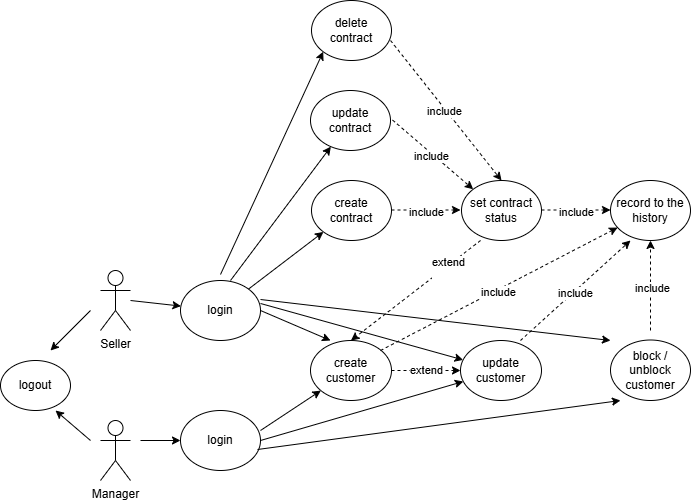
The draw.io diagram documentation/images/use_case_customer_management.png in RockPiryt/EnerLink, before a commit. Source tidied: cells renumbered, new cells last; positions are measured from the earlier drawing's top-left corner, leaving out a move shared by most shapes. Its diagram source:
```xml
<mxGraphModel>
  <root>
    <mxCell id="0" />
    <mxCell id="1" parent="0" />
    <mxCell id="2" value="Manager" style="shape=umlActor;verticalLabelPosition=bottom;verticalAlign=top;html=1;" parent="1" vertex="1">
      <mxGeometry x="100" y="420" width="30" height="60" as="geometry" />
    </mxCell>
    <mxCell id="3" value="Seller" style="shape=umlActor;verticalLabelPosition=bottom;verticalAlign=top;html=1;outlineConnect=0;" parent="1" vertex="1">
      <mxGeometry x="100" y="270" width="30" height="60" as="geometry" />
    </mxCell>
    <mxCell id="4" value="logout" style="ellipse;whiteSpace=wrap;html=1;" parent="1" vertex="1">
      <mxGeometry y="360" width="70" height="50" as="geometry" />
    </mxCell>
    <mxCell id="5" value="login" style="ellipse;whiteSpace=wrap;html=1;" parent="1" vertex="1">
      <mxGeometry x="180" y="280" width="80" height="60" as="geometry" />
    </mxCell>
    <mxCell id="6" style="endArrow=classic;html=1;rounded=0;" parent="1" edge="1">
      <mxGeometry relative="1" as="geometry">
        <mxPoint x="140" y="440" as="sourcePoint" />
        <mxPoint x="180" y="440" as="targetPoint" />
      </mxGeometry>
    </mxCell>
    <mxCell id="7" style="endArrow=classic;html=1;rounded=0;" parent="1" edge="1">
      <mxGeometry relative="1" as="geometry">
        <mxPoint x="90" y="440" as="sourcePoint" />
        <mxPoint x="55" y="410" as="targetPoint" />
      </mxGeometry>
    </mxCell>
    <mxCell id="8" style="endArrow=classic;html=1;rounded=0;" parent="1" edge="1" target="5">
      <mxGeometry relative="1" as="geometry">
        <mxPoint x="130" y="300" as="sourcePoint" />
      </mxGeometry>
    </mxCell>
    <mxCell id="9" style="endArrow=classic;html=1;rounded=0;" parent="1" edge="1">
      <mxGeometry relative="1" as="geometry">
        <mxPoint x="90" y="310" as="sourcePoint" />
        <mxPoint x="50" y="350" as="targetPoint" />
      </mxGeometry>
    </mxCell>
    <mxCell id="10" value="login" style="ellipse;whiteSpace=wrap;html=1;" parent="1" vertex="1">
      <mxGeometry x="180" y="410" width="80" height="60" as="geometry" />
    </mxCell>
    <mxCell id="11" value="create&lt;div&gt;customer&lt;/div&gt;" style="ellipse;whiteSpace=wrap;html=1;" parent="1" vertex="1">
      <mxGeometry x="310" y="340" width="81" height="60" as="geometry" />
    </mxCell>
    <mxCell id="12" value="&lt;div&gt;update&lt;/div&gt;&lt;div&gt;customer&lt;/div&gt;" style="ellipse;whiteSpace=wrap;html=1;" parent="1" vertex="1">
      <mxGeometry x="460" y="340" width="81" height="60" as="geometry" />
    </mxCell>
    <mxCell id="13" value="&lt;div&gt;block / unblock customer&lt;/div&gt;" style="ellipse;whiteSpace=wrap;html=1;direction=south;" parent="1" vertex="1">
      <mxGeometry x="610" y="339.5" width="80" height="60.5" as="geometry" />
    </mxCell>
    <mxCell id="14" style="endArrow=classic;html=1;rounded=0;" parent="1" edge="1" target="11">
      <mxGeometry relative="1" as="geometry">
        <mxPoint x="260" y="430" as="sourcePoint" />
      </mxGeometry>
    </mxCell>
    <mxCell id="15" style="endArrow=classic;html=1;rounded=0;entryX=0.247;entryY=0;entryDx=0;entryDy=0;entryPerimeter=0;" parent="1" edge="1" target="11">
      <mxGeometry relative="1" as="geometry">
        <mxPoint x="260" y="310" as="sourcePoint" />
      </mxGeometry>
    </mxCell>
    <mxCell id="16" value="extend" style="endArrow=classic;html=1;rounded=0;entryX=0;entryY=0.5;entryDx=0;entryDy=0;dashed=1;" parent="1" edge="1" target="12">
      <mxGeometry relative="1" as="geometry">
        <mxPoint x="391" y="370" as="sourcePoint" />
      </mxGeometry>
    </mxCell>
    <mxCell id="17" style="endArrow=classic;html=1;rounded=0;" parent="1" edge="1" target="12">
      <mxGeometry relative="1" as="geometry">
        <mxPoint x="260" y="440" as="sourcePoint" />
      </mxGeometry>
    </mxCell>
    <mxCell id="18" style="endArrow=classic;html=1;rounded=0;exitX=1;exitY=0.383;exitDx=0;exitDy=0;exitPerimeter=0;" parent="1" edge="1" source="5" target="12">
      <mxGeometry relative="1" as="geometry" />
    </mxCell>
    <mxCell id="19" style="endArrow=classic;html=1;rounded=0;entryX=0.37;entryY=1;entryDx=0;entryDy=0;entryPerimeter=0;" parent="1" edge="1">
      <mxGeometry relative="1" as="geometry">
        <mxPoint x="257" y="449" as="sourcePoint" />
        <mxPoint x="620" y="400" as="targetPoint" />
      </mxGeometry>
    </mxCell>
    <mxCell id="20" style="endArrow=classic;html=1;rounded=0;entryX=0.247;entryY=0;entryDx=0;entryDy=0;entryPerimeter=0;" parent="1" edge="1">
      <mxGeometry relative="1" as="geometry">
        <mxPoint x="260" y="299" as="sourcePoint" />
        <mxPoint x="610" y="340" as="targetPoint" />
      </mxGeometry>
    </mxCell>
    <mxCell id="21" value="create contract" style="ellipse;whiteSpace=wrap;html=1;" parent="1" vertex="1">
      <mxGeometry x="311" y="180" width="80" height="60" as="geometry" />
    </mxCell>
    <mxCell id="22" style="endArrow=classic;html=1;rounded=0;" parent="1" edge="1" source="5" target="21">
      <mxGeometry relative="1" as="geometry" />
    </mxCell>
    <mxCell id="23" style="endArrow=classic;html=1;rounded=0;entryX=0.5;entryY=0;entryDx=0;entryDy=0;dashed=1;exitX=0.238;exitY=1;exitDx=0;exitDy=0;exitPerimeter=0;" parent="1" edge="1" source="29" target="11">
      <mxGeometry relative="1" as="geometry" />
    </mxCell>
    <mxCell id="24" value="extend&lt;div&gt;&lt;br&gt;&lt;/div&gt;" style="edgeLabel;html=1;align=center;verticalAlign=middle;" parent="23" vertex="1">
      <mxGeometry x="-0.48" y="3" relative="1" as="geometry" />
    </mxCell>
    <mxCell id="25" value="update contract" style="ellipse;whiteSpace=wrap;html=1;" parent="1" vertex="1">
      <mxGeometry x="310" y="90" width="80" height="60" as="geometry" />
    </mxCell>
    <mxCell id="26" style="endArrow=classic;html=1;rounded=0;exitX=0.625;exitY=0;exitDx=0;exitDy=0;exitPerimeter=0;" parent="1" edge="1" source="5" target="25">
      <mxGeometry relative="1" as="geometry" />
    </mxCell>
    <mxCell id="27" value="delete contract" style="ellipse;whiteSpace=wrap;html=1;" parent="1" vertex="1">
      <mxGeometry x="311" width="80" height="60" as="geometry" />
    </mxCell>
    <mxCell id="28" style="endArrow=classic;html=1;rounded=0;exitX=0.625;exitY=0;exitDx=0;exitDy=0;exitPerimeter=0;entryX=0;entryY=1;entryDx=0;entryDy=0;" parent="1" edge="1" target="27">
      <mxGeometry relative="1" as="geometry">
        <mxPoint x="220" y="274" as="sourcePoint" />
      </mxGeometry>
    </mxCell>
    <mxCell id="29" value="set contract status" style="ellipse;whiteSpace=wrap;html=1;" parent="1" vertex="1">
      <mxGeometry x="461" y="180" width="80" height="60" as="geometry" />
    </mxCell>
    <mxCell id="30" style="endArrow=classic;html=1;rounded=0;dashed=1;" parent="1" edge="1">
      <mxGeometry relative="1" as="geometry">
        <mxPoint x="391" y="209.5" as="sourcePoint" />
        <mxPoint x="460" y="209.5" as="targetPoint" />
      </mxGeometry>
    </mxCell>
    <mxCell id="31" value="include" style="edgeLabel;html=1;align=center;verticalAlign=middle;" parent="30" vertex="1">
      <mxGeometry x="-0.01" y="-1" relative="1" as="geometry">
        <mxPoint y="1" as="offset" />
      </mxGeometry>
    </mxCell>
    <mxCell id="32" style="endArrow=classic;html=1;rounded=0;dashed=1;entryX=0;entryY=0;entryDx=0;entryDy=0;" parent="1" edge="1" target="29">
      <mxGeometry relative="1" as="geometry">
        <mxPoint x="392" y="119.5" as="sourcePoint" />
      </mxGeometry>
    </mxCell>
    <mxCell id="33" value="include" style="edgeLabel;html=1;align=center;verticalAlign=middle;" parent="32" vertex="1">
      <mxGeometry x="-0.01" y="-1" relative="1" as="geometry">
        <mxPoint y="1" as="offset" />
      </mxGeometry>
    </mxCell>
    <mxCell id="34" style="endArrow=classic;html=1;rounded=0;dashed=1;exitX=0.988;exitY=0.667;exitDx=0;exitDy=0;exitPerimeter=0;entryX=0.5;entryY=0;entryDx=0;entryDy=0;" parent="1" edge="1" source="27" target="29">
      <mxGeometry relative="1" as="geometry" />
    </mxCell>
    <mxCell id="35" value="include" style="edgeLabel;html=1;align=center;verticalAlign=middle;" parent="34" vertex="1">
      <mxGeometry x="-0.01" y="-1" relative="1" as="geometry">
        <mxPoint y="1" as="offset" />
      </mxGeometry>
    </mxCell>
    <mxCell id="36" value="record to the history" style="ellipse;whiteSpace=wrap;html=1;" parent="1" vertex="1">
      <mxGeometry x="610" y="180" width="80" height="60" as="geometry" />
    </mxCell>
    <mxCell id="37" style="endArrow=classic;html=1;rounded=0;dashed=1;" parent="1" edge="1">
      <mxGeometry relative="1" as="geometry">
        <mxPoint x="541" y="209.5" as="sourcePoint" />
        <mxPoint x="610" y="209.5" as="targetPoint" />
      </mxGeometry>
    </mxCell>
    <mxCell id="38" value="include" style="edgeLabel;html=1;align=center;verticalAlign=middle;" parent="37" vertex="1">
      <mxGeometry x="-0.01" y="-1" relative="1" as="geometry">
        <mxPoint y="1" as="offset" />
      </mxGeometry>
    </mxCell>
    <mxCell id="39" style="endArrow=classic;html=1;rounded=0;dashed=1;" parent="1" edge="1" target="36">
      <mxGeometry relative="1" as="geometry">
        <mxPoint x="380" y="350" as="sourcePoint" />
      </mxGeometry>
    </mxCell>
    <mxCell id="40" value="include" style="edgeLabel;html=1;align=center;verticalAlign=middle;" parent="39" vertex="1">
      <mxGeometry x="-0.01" y="-1" relative="1" as="geometry">
        <mxPoint y="1" as="offset" />
      </mxGeometry>
    </mxCell>
    <mxCell id="41" style="endArrow=classic;html=1;rounded=0;dashed=1;entryX=0.25;entryY=1;entryDx=0;entryDy=0;entryPerimeter=0;" parent="1" edge="1" target="36">
      <mxGeometry relative="1" as="geometry">
        <mxPoint x="520" y="340" as="sourcePoint" />
      </mxGeometry>
    </mxCell>
    <mxCell id="42" value="include" style="edgeLabel;html=1;align=center;verticalAlign=middle;" parent="41" vertex="1">
      <mxGeometry x="-0.01" y="-1" relative="1" as="geometry">
        <mxPoint y="1" as="offset" />
      </mxGeometry>
    </mxCell>
    <mxCell id="43" style="endArrow=classic;html=1;rounded=0;dashed=1;" parent="1" edge="1">
      <mxGeometry relative="1" as="geometry">
        <mxPoint x="650" y="330" as="sourcePoint" />
        <mxPoint x="650" y="240" as="targetPoint" />
      </mxGeometry>
    </mxCell>
    <mxCell id="44" value="include" style="edgeLabel;html=1;align=center;verticalAlign=middle;" parent="43" vertex="1">
      <mxGeometry x="-0.01" y="-1" relative="1" as="geometry">
        <mxPoint y="1" as="offset" />
      </mxGeometry>
    </mxCell>
  </root>
</mxGraphModel>
```
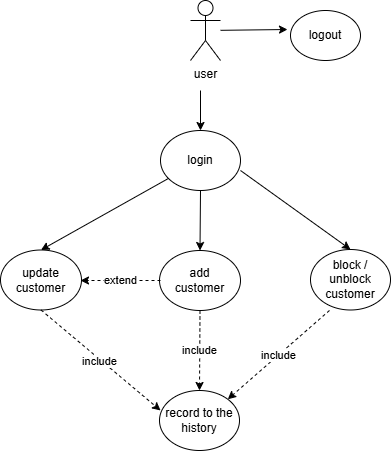
Above is the later version.

Commit message:
new version use case customer and contract diagrams

Diff of the diagram source:
```diff
@@ -2,185 +2,73 @@
   <root>
     <mxCell id="0" />
     <mxCell id="1" parent="0" />
-    <mxCell id="2" value="Manager" style="shape=umlActor;verticalLabelPosition=bottom;verticalAlign=top;html=1;" parent="1" vertex="1">
-      <mxGeometry x="100" y="420" width="30" height="60" as="geometry" />
-    </mxCell>
-    <mxCell id="3" value="Seller" style="shape=umlActor;verticalLabelPosition=bottom;verticalAlign=top;html=1;outlineConnect=0;" parent="1" vertex="1">
-      <mxGeometry x="100" y="270" width="30" height="60" as="geometry" />
+    <mxCell id="3" value="user" style="shape=umlActor;verticalLabelPosition=bottom;verticalAlign=top;html=1;outlineConnect=0;" parent="1" vertex="1">
+      <mxGeometry x="320" y="90" width="30" height="60" as="geometry" />
     </mxCell>
     <mxCell id="4" value="logout" style="ellipse;whiteSpace=wrap;html=1;" parent="1" vertex="1">
-      <mxGeometry y="360" width="70" height="50" as="geometry" />
+      <mxGeometry x="420" y="100" width="70" height="50" as="geometry" />
     </mxCell>
     <mxCell id="5" value="login" style="ellipse;whiteSpace=wrap;html=1;" parent="1" vertex="1">
-      <mxGeometry x="180" y="280" width="80" height="60" as="geometry" />
+      <mxGeometry x="290" y="220" width="80" height="60" as="geometry" />
     </mxCell>
-    <mxCell id="6" style="endArrow=classic;html=1;rounded=0;" parent="1" edge="1">
-      <mxGeometry relative="1" as="geometry">
-        <mxPoint x="140" y="440" as="sourcePoint" />
-        <mxPoint x="180" y="440" as="targetPoint" />
-      </mxGeometry>
-    </mxCell>
     <mxCell id="7" style="endArrow=classic;html=1;rounded=0;" parent="1" edge="1">
       <mxGeometry relative="1" as="geometry">
-        <mxPoint x="90" y="440" as="sourcePoint" />
-        <mxPoint x="55" y="410" as="targetPoint" />
+        <mxPoint x="330" y="180" as="sourcePoint" />
+        <mxPoint x="330" y="220" as="targetPoint" />
       </mxGeometry>
     </mxCell>
-    <mxCell id="8" style="endArrow=classic;html=1;rounded=0;" parent="1" edge="1" target="5">
-      <mxGeometry relative="1" as="geometry">
-        <mxPoint x="130" y="300" as="sourcePoint" />
-      </mxGeometry>
-    </mxCell>
-    <mxCell id="9" style="endArrow=classic;html=1;rounded=0;" parent="1" edge="1">
-      <mxGeometry relative="1" as="geometry">
-        <mxPoint x="90" y="310" as="sourcePoint" />
-        <mxPoint x="50" y="350" as="targetPoint" />
-      </mxGeometry>
+    <mxCell id="9" style="endArrow=classic;html=1;rounded=0;entryX=-0.043;entryY=0.38;entryDx=0;entryDy=0;entryPerimeter=0;" parent="1" edge="1" source="3" target="4">
+      <mxGeometry relative="1" as="geometry" />
     </mxCell>
-    <mxCell id="10" value="login" style="ellipse;whiteSpace=wrap;html=1;" parent="1" vertex="1">
-      <mxGeometry x="180" y="410" width="80" height="60" as="geometry" />
-    </mxCell>
-    <mxCell id="11" value="create&lt;div&gt;customer&lt;/div&gt;" style="ellipse;whiteSpace=wrap;html=1;" parent="1" vertex="1">
-      <mxGeometry x="310" y="340" width="81" height="60" as="geometry" />
+    <mxCell id="11" value="add&lt;div&gt;customer&lt;/div&gt;" style="ellipse;whiteSpace=wrap;html=1;" parent="1" vertex="1">
+      <mxGeometry x="289" y="340" width="81" height="60" as="geometry" />
     </mxCell>
     <mxCell id="12" value="&lt;div&gt;update&lt;/div&gt;&lt;div&gt;customer&lt;/div&gt;" style="ellipse;whiteSpace=wrap;html=1;" parent="1" vertex="1">
-      <mxGeometry x="460" y="340" width="81" height="60" as="geometry" />
+      <mxGeometry x="130" y="339.5" width="81" height="60" as="geometry" />
     </mxCell>
     <mxCell id="13" value="&lt;div&gt;block / unblock customer&lt;/div&gt;" style="ellipse;whiteSpace=wrap;html=1;direction=south;" parent="1" vertex="1">
-      <mxGeometry x="610" y="339.5" width="80" height="60.5" as="geometry" />
+      <mxGeometry x="440" y="339" width="80" height="60.5" as="geometry" />
     </mxCell>
-    <mxCell id="14" style="endArrow=classic;html=1;rounded=0;" parent="1" edge="1" target="11">
+    <mxCell id="14" style="endArrow=classic;html=1;rounded=0;entryX=0;entryY=0.5;entryDx=0;entryDy=0;" parent="1" edge="1" target="13">
       <mxGeometry relative="1" as="geometry">
-        <mxPoint x="260" y="430" as="sourcePoint" />
+        <mxPoint x="370" y="260" as="sourcePoint" />
       </mxGeometry>
     </mxCell>
-    <mxCell id="15" style="endArrow=classic;html=1;rounded=0;entryX=0.247;entryY=0;entryDx=0;entryDy=0;entryPerimeter=0;" parent="1" edge="1" target="11">
+    <mxCell id="15" style="endArrow=classic;html=1;rounded=0;entryX=0.5;entryY=0;entryDx=0;entryDy=0;" parent="1" edge="1" target="11">
       <mxGeometry relative="1" as="geometry">
-        <mxPoint x="260" y="310" as="sourcePoint" />
+        <mxPoint x="330" y="280" as="sourcePoint" />
       </mxGeometry>
     </mxCell>
-    <mxCell id="16" value="extend" style="endArrow=classic;html=1;rounded=0;entryX=0;entryY=0.5;entryDx=0;entryDy=0;dashed=1;" parent="1" edge="1" target="12">
+    <mxCell id="16" value="extend" style="endArrow=classic;html=1;rounded=0;dashed=1;" parent="1" edge="1">
       <mxGeometry relative="1" as="geometry">
-        <mxPoint x="391" y="370" as="sourcePoint" />
+        <mxPoint x="290" y="370" as="sourcePoint" />
+        <mxPoint x="210" y="370" as="targetPoint" />
       </mxGeometry>
     </mxCell>
-    <mxCell id="17" style="endArrow=classic;html=1;rounded=0;" parent="1" edge="1" target="12">
-      <mxGeometry relative="1" as="geometry">
-        <mxPoint x="260" y="440" as="sourcePoint" />
-      </mxGeometry>
+    <mxCell id="17" style="endArrow=classic;html=1;rounded=0;entryX=0.5;entryY=0;entryDx=0;entryDy=0;" parent="1" edge="1" source="5" target="12">
+      <mxGeometry relative="1" as="geometry" />
     </mxCell>
-    <mxCell id="18" style="endArrow=classic;html=1;rounded=0;exitX=1;exitY=0.383;exitDx=0;exitDy=0;exitPerimeter=0;" parent="1" edge="1" source="5" target="12">
-      <mxGeometry relative="1" as="geometry" />
-    </mxCell>
-    <mxCell id="19" style="endArrow=classic;html=1;rounded=0;entryX=0.37;entryY=1;entryDx=0;entryDy=0;entryPerimeter=0;" parent="1" edge="1">
-      <mxGeometry relative="1" as="geometry">
-        <mxPoint x="257" y="449" as="sourcePoint" />
-        <mxPoint x="620" y="400" as="targetPoint" />
-      </mxGeometry>
-    </mxCell>
-    <mxCell id="20" style="endArrow=classic;html=1;rounded=0;entryX=0.247;entryY=0;entryDx=0;entryDy=0;entryPerimeter=0;" parent="1" edge="1">
-      <mxGeometry relative="1" as="geometry">
-        <mxPoint x="260" y="299" as="sourcePoint" />
-        <mxPoint x="610" y="340" as="targetPoint" />
-      </mxGeometry>
-    </mxCell>
-    <mxCell id="21" value="create contract" style="ellipse;whiteSpace=wrap;html=1;" parent="1" vertex="1">
-      <mxGeometry x="311" y="180" width="80" height="60" as="geometry" />
-    </mxCell>
-    <mxCell id="22" style="endArrow=classic;html=1;rounded=0;" parent="1" edge="1" source="5" target="21">
-      <mxGeometry relative="1" as="geometry" />
-    </mxCell>
-    <mxCell id="23" style="endArrow=classic;html=1;rounded=0;entryX=0.5;entryY=0;entryDx=0;entryDy=0;dashed=1;exitX=0.238;exitY=1;exitDx=0;exitDy=0;exitPerimeter=0;" parent="1" edge="1" source="29" target="11">
-      <mxGeometry relative="1" as="geometry" />
-    </mxCell>
-    <mxCell id="24" value="extend&lt;div&gt;&lt;br&gt;&lt;/div&gt;" style="edgeLabel;html=1;align=center;verticalAlign=middle;" parent="23" vertex="1">
-      <mxGeometry x="-0.48" y="3" relative="1" as="geometry" />
-    </mxCell>
-    <mxCell id="25" value="update contract" style="ellipse;whiteSpace=wrap;html=1;" parent="1" vertex="1">
-      <mxGeometry x="310" y="90" width="80" height="60" as="geometry" />
-    </mxCell>
-    <mxCell id="26" style="endArrow=classic;html=1;rounded=0;exitX=0.625;exitY=0;exitDx=0;exitDy=0;exitPerimeter=0;" parent="1" edge="1" source="5" target="25">
-      <mxGeometry relative="1" as="geometry" />
-    </mxCell>
-    <mxCell id="27" value="delete contract" style="ellipse;whiteSpace=wrap;html=1;" parent="1" vertex="1">
-      <mxGeometry x="311" width="80" height="60" as="geometry" />
-    </mxCell>
-    <mxCell id="28" style="endArrow=classic;html=1;rounded=0;exitX=0.625;exitY=0;exitDx=0;exitDy=0;exitPerimeter=0;entryX=0;entryY=1;entryDx=0;entryDy=0;" parent="1" edge="1" target="27">
-      <mxGeometry relative="1" as="geometry">
-        <mxPoint x="220" y="274" as="sourcePoint" />
-      </mxGeometry>
-    </mxCell>
-    <mxCell id="29" value="set contract status" style="ellipse;whiteSpace=wrap;html=1;" parent="1" vertex="1">
-      <mxGeometry x="461" y="180" width="80" height="60" as="geometry" />
-    </mxCell>
-    <mxCell id="30" style="endArrow=classic;html=1;rounded=0;dashed=1;" parent="1" edge="1">
-      <mxGeometry relative="1" as="geometry">
-        <mxPoint x="391" y="209.5" as="sourcePoint" />
-        <mxPoint x="460" y="209.5" as="targetPoint" />
-      </mxGeometry>
-    </mxCell>
-    <mxCell id="31" value="include" style="edgeLabel;html=1;align=center;verticalAlign=middle;" parent="30" vertex="1">
-      <mxGeometry x="-0.01" y="-1" relative="1" as="geometry">
-        <mxPoint y="1" as="offset" />
-      </mxGeometry>
-    </mxCell>
-    <mxCell id="32" style="endArrow=classic;html=1;rounded=0;dashed=1;entryX=0;entryY=0;entryDx=0;entryDy=0;" parent="1" edge="1" target="29">
-      <mxGeometry relative="1" as="geometry">
-        <mxPoint x="392" y="119.5" as="sourcePoint" />
-      </mxGeometry>
-    </mxCell>
-    <mxCell id="33" value="include" style="edgeLabel;html=1;align=center;verticalAlign=middle;" parent="32" vertex="1">
-      <mxGeometry x="-0.01" y="-1" relative="1" as="geometry">
-        <mxPoint y="1" as="offset" />
-      </mxGeometry>
-    </mxCell>
-    <mxCell id="34" style="endArrow=classic;html=1;rounded=0;dashed=1;exitX=0.988;exitY=0.667;exitDx=0;exitDy=0;exitPerimeter=0;entryX=0.5;entryY=0;entryDx=0;entryDy=0;" parent="1" edge="1" source="27" target="29">
-      <mxGeometry relative="1" as="geometry" />
-    </mxCell>
-    <mxCell id="35" value="include" style="edgeLabel;html=1;align=center;verticalAlign=middle;" parent="34" vertex="1">
-      <mxGeometry x="-0.01" y="-1" relative="1" as="geometry">
-        <mxPoint y="1" as="offset" />
-      </mxGeometry>
-    </mxCell>
     <mxCell id="36" value="record to the history" style="ellipse;whiteSpace=wrap;html=1;" parent="1" vertex="1">
-      <mxGeometry x="610" y="180" width="80" height="60" as="geometry" />
+      <mxGeometry x="289" y="480" width="80" height="60" as="geometry" />
     </mxCell>
-    <mxCell id="37" style="endArrow=classic;html=1;rounded=0;dashed=1;" parent="1" edge="1">
-      <mxGeometry relative="1" as="geometry">
-        <mxPoint x="541" y="209.5" as="sourcePoint" />
-        <mxPoint x="610" y="209.5" as="targetPoint" />
-      </mxGeometry>
-    </mxCell>
-    <mxCell id="38" value="include" style="edgeLabel;html=1;align=center;verticalAlign=middle;" parent="37" vertex="1">
-      <mxGeometry x="-0.01" y="-1" relative="1" as="geometry">
-        <mxPoint y="1" as="offset" />
-      </mxGeometry>
-    </mxCell>
-    <mxCell id="39" style="endArrow=classic;html=1;rounded=0;dashed=1;" parent="1" edge="1" target="36">
-      <mxGeometry relative="1" as="geometry">
-        <mxPoint x="380" y="350" as="sourcePoint" />
-      </mxGeometry>
+    <mxCell id="39" style="endArrow=classic;html=1;rounded=0;dashed=1;exitX=0.5;exitY=1;exitDx=0;exitDy=0;entryX=0.013;entryY=0.333;entryDx=0;entryDy=0;entryPerimeter=0;" parent="1" edge="1" source="12" target="36">
+      <mxGeometry relative="1" as="geometry" />
     </mxCell>
     <mxCell id="40" value="include" style="edgeLabel;html=1;align=center;verticalAlign=middle;" parent="39" vertex="1">
       <mxGeometry x="-0.01" y="-1" relative="1" as="geometry">
         <mxPoint y="1" as="offset" />
       </mxGeometry>
     </mxCell>
-    <mxCell id="41" style="endArrow=classic;html=1;rounded=0;dashed=1;entryX=0.25;entryY=1;entryDx=0;entryDy=0;entryPerimeter=0;" parent="1" edge="1" target="36">
-      <mxGeometry relative="1" as="geometry">
-        <mxPoint x="520" y="340" as="sourcePoint" />
-      </mxGeometry>
+    <mxCell id="41" style="endArrow=classic;html=1;rounded=0;dashed=1;entryX=1;entryY=0;entryDx=0;entryDy=0;exitX=1.008;exitY=0.763;exitDx=0;exitDy=0;exitPerimeter=0;" parent="1" edge="1" source="13" target="36">
+      <mxGeometry relative="1" as="geometry" />
     </mxCell>
     <mxCell id="42" value="include" style="edgeLabel;html=1;align=center;verticalAlign=middle;" parent="41" vertex="1">
       <mxGeometry x="-0.01" y="-1" relative="1" as="geometry">
         <mxPoint y="1" as="offset" />
       </mxGeometry>
     </mxCell>
-    <mxCell id="43" style="endArrow=classic;html=1;rounded=0;dashed=1;" parent="1" edge="1">
-      <mxGeometry relative="1" as="geometry">
-        <mxPoint x="650" y="330" as="sourcePoint" />
-        <mxPoint x="650" y="240" as="targetPoint" />
-      </mxGeometry>
+    <mxCell id="43" style="endArrow=classic;html=1;rounded=0;dashed=1;exitX=0.5;exitY=1;exitDx=0;exitDy=0;entryX=0.5;entryY=0;entryDx=0;entryDy=0;" parent="1" edge="1" source="11" target="36">
+      <mxGeometry relative="1" as="geometry" />
     </mxCell>
     <mxCell id="44" value="include" style="edgeLabel;html=1;align=center;verticalAlign=middle;" parent="43" vertex="1">
       <mxGeometry x="-0.01" y="-1" relative="1" as="geometry">
```
